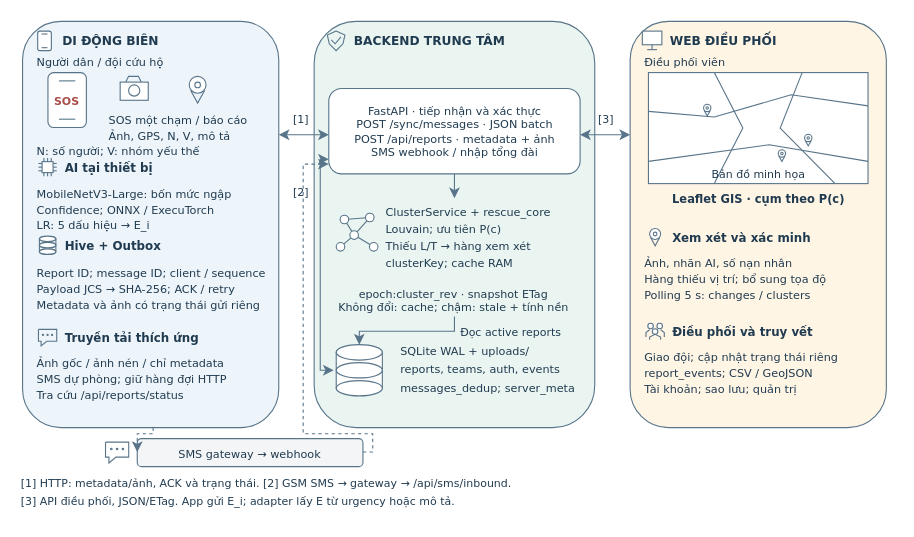
This is report/assets/diagrams/functional_architecture.drawio from ngthtrong/nckh2, a draw.io file, before an edit. Source tidied: cells renumbered, new cells numbered last; positions are measured from the earlier drawing's top-left corner, leaving out a move shared by most shapes. Both pictures are drawn from the tidied source at 122%, with x=0, y=0 at pixel (21, 21).
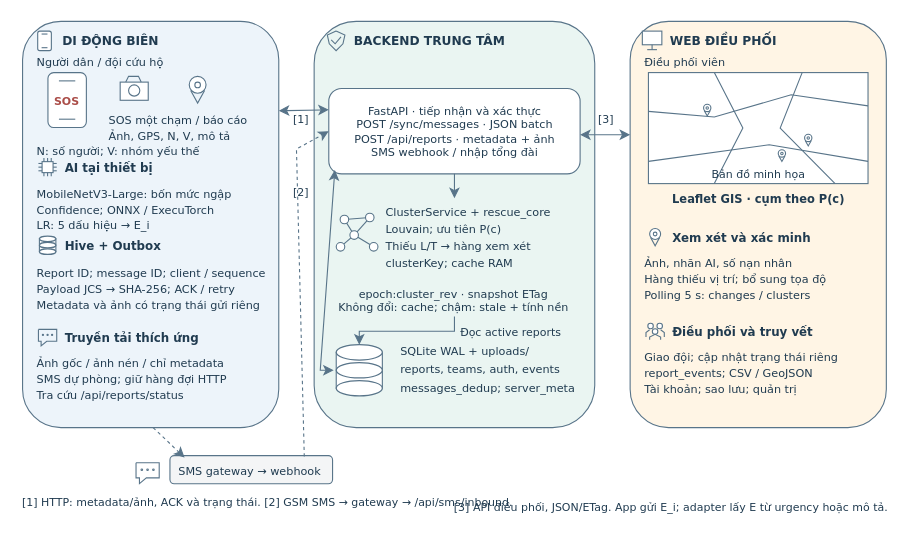
Above is the later version.

Unchanged cells that the change refers to:
```xml
<mxCell id="2" style="rounded=1;fillColor=#EDF4FA;strokeColor=#587489;strokeWidth=0.9;dashed=0;" parent="1" vertex="1">
  <mxGeometry x="1" width="210" height="333" as="geometry" />
</mxCell>
<mxCell id="64" style="rounded=1;fillColor=#FFFFFF;strokeColor=#587489;strokeWidth=0.9;dashed=0;" parent="1" vertex="1">
  <mxGeometry x="252" y="55" width="206" height="70" as="geometry" />
</mxCell>
```

The edit, as a diff of the source:
```diff
@@
-    <mxCell id="91" style="html=1;rounded=0;strokeColor=#587489;strokeWidth=0.9;dashed=0;endArrow=classic;startArrow=classic;exitX=0.0;exitY=0.8285714285714286;" parent="1" edge="1" source="64">
-      <mxGeometry relative="1" as="geometry">
+    <mxCell id="91" style="html=1;rounded=0;strokeColor=#587489;strokeWidth=0.9;dashed=0;endArrow=classic;startArrow=classic;exitX=0.024;exitY=0.956;exitDx=0;exitDy=0;exitPerimeter=0;" parent="1" edge="1" source="64">
+      <mxGeometry x="0.04" relative="1" as="geometry">
         <mxPoint x="256" y="286" as="targetPoint" />
         <Array as="points">
-          <mxPoint x="245" y="113" />
           <mxPoint x="245" y="286" />
         </Array>
       </mxGeometry>
     </mxCell>
@@
-    <mxCell id="126" style="html=1;rounded=0;strokeColor=#587489;strokeWidth=0.9;dashed=0;endArrow=classic;startArrow=classic;entryX=0.0;entryY=0.5428571428571428;" parent="1" edge="1" target="64">
-      <mxGeometry relative="1" as="geometry">
-        <mxPoint x="211" y="93" as="sourcePoint" />
-      </mxGeometry>
+    <mxCell id="126" style="html=1;rounded=0;strokeColor=#587489;strokeWidth=0.9;dashed=0;endArrow=classic;startArrow=classic;entryX=0;entryY=0.25;entryDx=0;entryDy=0;exitX=1;exitY=0.22;exitDx=0;exitDy=0;exitPerimeter=0;" parent="1" edge="1" source="2" target="64">
+      <mxGeometry relative="1" as="geometry" />
     </mxCell>
@@
     <mxCell id="129" style="rounded=1;fillColor=#F4F5F6;strokeColor=#587489;strokeWidth=0.9;dashed=0;" parent="1" vertex="1">
-      <mxGeometry x="95" y="342" width="185" height="23" as="geometry" />
+      <mxGeometry x="121.8" y="356" width="133.3" height="23" as="geometry" />
     </mxCell>
     <mxCell id="130" value="&lt;div&gt;SMS gateway → webhook&lt;/div&gt;" style="text;html=1;whiteSpace=wrap;align=center;verticalAlign=middle;fontFamily=DejaVu Sans;fontSize=9.2;fontStyle=0;fontColor=#203B50;spacing=0;overflow=visible;" parent="1" vertex="1">
-      <mxGeometry x="128" y="347.8" width="118.9" height="11.4" as="geometry" />
+      <mxGeometry x="128" y="361.8" width="118.9" height="11.4" as="geometry" />
     </mxCell>
     <mxCell id="131" style="html=1;rounded=0;strokeColor=#587489;strokeWidth=0.9;dashed=0;endArrow=none;startArrow=none;" parent="1" edge="1">
       <mxGeometry relative="1" as="geometry">
-        <mxPoint x="69" y="344.9" as="sourcePoint" />
-        <mxPoint x="69" y="344.9" as="targetPoint" />
+        <mxPoint x="94" y="361.8" as="sourcePoint" />
+        <mxPoint x="94" y="361.8" as="targetPoint" />
         <Array as="points">
-          <mxPoint x="88" y="344.9" />
-          <mxPoint x="88" y="357.2" />
-          <mxPoint x="77.5" y="357.2" />
-          <mxPoint x="71.8" y="362" />
-          <mxPoint x="71.8" y="357.2" />
-          <mxPoint x="69" y="357.2" />
+          <mxPoint x="113" y="361.8" />
+          <mxPoint x="113" y="374.2" />
+          <mxPoint x="102.5" y="374.2" />
+          <mxPoint x="96.8" y="378.9" />
+          <mxPoint x="96.8" y="374.2" />
+          <mxPoint x="94" y="374.2" />
         </Array>
       </mxGeometry>
     </mxCell>
     <mxCell id="132" style="ellipse;fillColor=white;strokeColor=#587489;strokeWidth=0.9;" parent="1" vertex="1">
-      <mxGeometry x="73.1" y="349.9" width="1.3" height="1.3" as="geometry" />
+      <mxGeometry x="98.1" y="366.9" width="1.3" height="1.3" as="geometry" />
     </mxCell>
     <mxCell id="133" style="ellipse;fillColor=white;strokeColor=#587489;strokeWidth=0.9;" parent="1" vertex="1">
-      <mxGeometry x="77.8" y="349.9" width="1.3" height="1.3" as="geometry" />
+      <mxGeometry x="102.8" y="366.9" width="1.3" height="1.3" as="geometry" />
     </mxCell>
     <mxCell id="134" style="ellipse;fillColor=white;strokeColor=#587489;strokeWidth=0.9;" parent="1" vertex="1">
-      <mxGeometry x="82.6" y="349.9" width="1.3" height="1.3" as="geometry" />
+      <mxGeometry x="107.6" y="366.9" width="1.3" height="1.3" as="geometry" />
     </mxCell>
-    <mxCell id="135" style="html=1;rounded=0;strokeColor=#587489;strokeWidth=0.9;dashed=1;endArrow=classic;startArrow=none;entryX=0.0;entryY=0.4782608695652174;" parent="1" edge="1" target="129">
+    <mxCell id="135" style="html=1;rounded=0;strokeColor=#587489;strokeWidth=0.9;dashed=1;endArrow=classic;startArrow=none;entryX=0.09;entryY=0.066;entryDx=0;entryDy=0;entryPerimeter=0;" parent="1" edge="1" target="129">
       <mxGeometry relative="1" as="geometry">
         <mxPoint x="108" y="333" as="sourcePoint" />
-        <Array as="points">
-          <mxPoint x="108" y="338" />
-          <mxPoint x="95" y="338" />
-        </Array>
       </mxGeometry>
     </mxCell>
@@
-    <mxCell id="137" style="html=1;rounded=0;strokeColor=#587489;strokeWidth=0.9;dashed=1;endArrow=classic;startArrow=none;exitX=1.0;exitY=0.4782608695652174;entryX=0.0;entryY=0.8857142857142857;" parent="1" edge="1" source="129" target="64">
-      <mxGeometry relative="1" as="geometry">
+    <mxCell id="137" style="html=1;rounded=0;strokeColor=#587489;strokeWidth=0.9;dashed=1;endArrow=classic;startArrow=none;exitX=0.826;exitY=0.033;entryX=0;entryY=0.5;exitDx=0;exitDy=0;exitPerimeter=0;entryDx=0;entryDy=0;" parent="1" edge="1" source="129" target="64">
+      <mxGeometry x="-0.34" relative="1" as="geometry">
         <Array as="points">
-          <mxPoint x="288" y="353" />
-          <mxPoint x="288" y="338" />
-          <mxPoint x="231" y="338" />
-          <mxPoint x="231" y="117" />
+          <mxPoint x="225.5" y="104.7" />
         </Array>
       </mxGeometry>
     </mxCell>
     <mxCell id="138" value="&lt;div&gt;[1] HTTP: metadata/ảnh, ACK và trạng thái. [2] GSM SMS → gateway → /api/sms/inbound.&lt;/div&gt;" style="text;html=1;whiteSpace=wrap;align=left;verticalAlign=middle;fontFamily=DejaVu Sans;fontSize=9;fontStyle=0;fontColor=#203B50;spacing=0;overflow=visible;" parent="1" vertex="1">
-      <mxGeometry y="373.3" width="405.2" height="11.4" as="geometry" />
+      <mxGeometry x="1" y="389" width="405.2" height="11.4" as="geometry" />
     </mxCell>
     <mxCell id="139" value="&lt;div&gt;[3] API điều phối, JSON/ETag. App gửi E_i; adapter lấy E từ urgency hoặc mô tả.&lt;/div&gt;" style="text;html=1;whiteSpace=wrap;align=left;verticalAlign=middle;fontFamily=DejaVu Sans;fontSize=9;fontStyle=0;fontColor=#203B50;spacing=0;overflow=visible;" parent="1" vertex="1">
-      <mxGeometry y="388" width="358.6" height="12.1" as="geometry" />
+      <mxGeometry x="355" y="393" width="358.6" height="12.1" as="geometry" />
     </mxCell>
```
